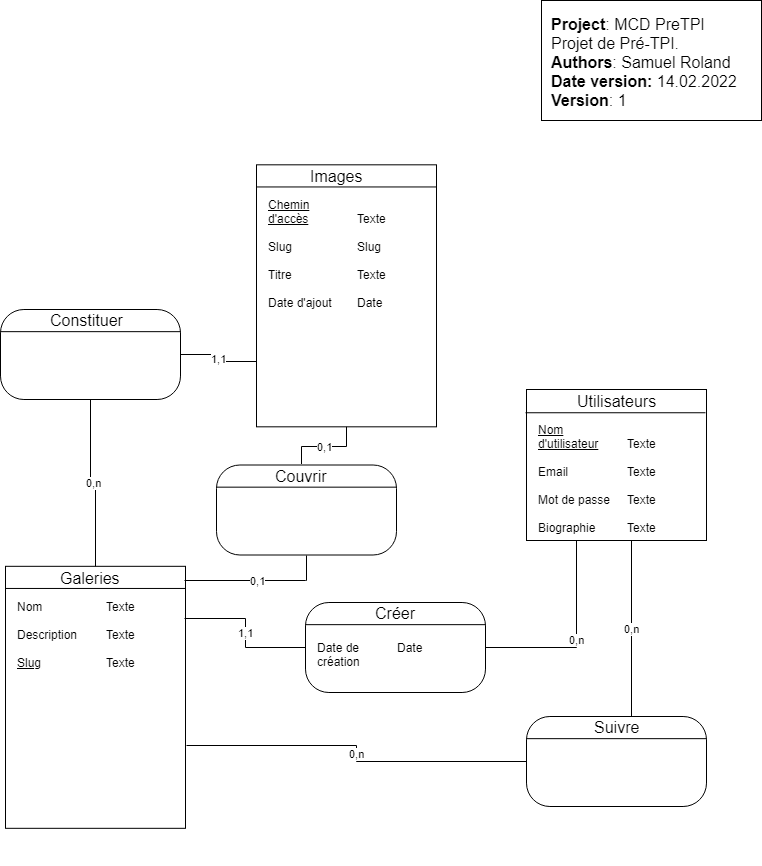
Above: docs/MCD.png in samuelroland/galeriz (draw.io), before the change. Source tidied: cells renumbered, new cells last; positions are measured from the earlier drawing's top-left corner, leaving out a move shared by most shapes.
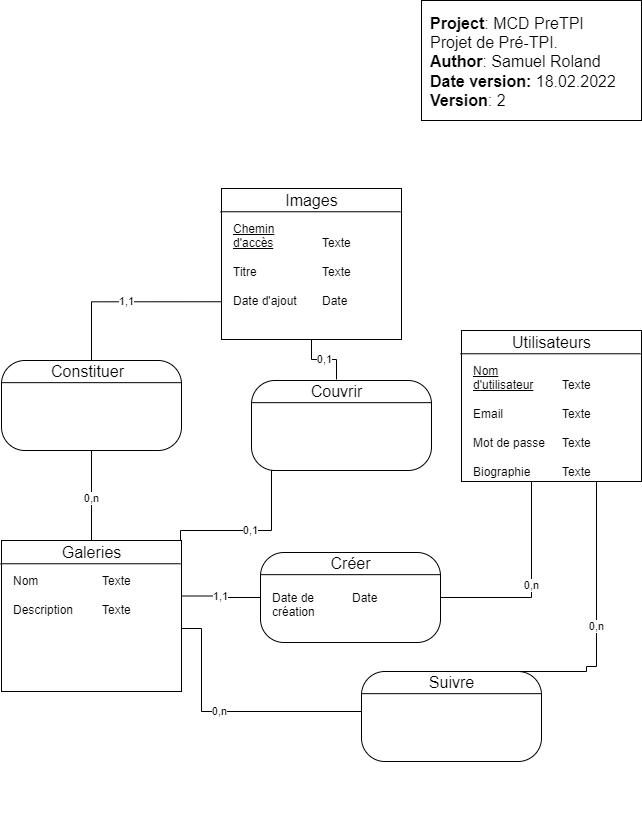
The same file after the commit.

Commit message:
mcd: update MCD by removing slug and publish v2

Diff of the diagram source:
```diff
@@ -2,11 +2,11 @@
   <root>
     <mxCell id="0" />
     <mxCell id="1" parent="0" />
-    <mxCell id="2" value="&lt;b&gt;Project&lt;/b&gt;: MCD PreTPI&lt;br style=&quot;font-size: 16px&quot;&gt;Projet de Pré-TPI.&lt;br style=&quot;font-size: 16px&quot;&gt;&lt;b&gt;Authors&lt;/b&gt;: Samuel Roland&lt;br style=&quot;font-size: 16px&quot;&gt;&lt;b&gt;Date version:&lt;/b&gt; 14.02.2022&lt;br style=&quot;font-size: 16px&quot;&gt;&lt;b&gt;Version&lt;/b&gt;: 1" style="rounded=0;whiteSpace=wrap;html=1;align=left;verticalAlign=top;fontSize=16;spacingTop=0;spacing=9;" parent="1" vertex="1">
-      <mxGeometry x="541" width="220" height="120" as="geometry" />
+    <mxCell id="2" value="&lt;b&gt;Project&lt;/b&gt;: MCD PreTPI&lt;br style=&quot;font-size: 16px&quot;&gt;Projet de Pré-TPI.&lt;br style=&quot;font-size: 16px&quot;&gt;&lt;b&gt;Author&lt;/b&gt;: Samuel Roland&lt;br style=&quot;font-size: 16px&quot;&gt;&lt;b&gt;Date version:&lt;/b&gt; 18.02.2022&lt;br style=&quot;font-size: 16px&quot;&gt;&lt;b&gt;Version&lt;/b&gt;: 2" style="rounded=0;whiteSpace=wrap;html=1;align=left;verticalAlign=top;fontSize=16;spacingTop=0;spacing=9;" parent="1" vertex="1">
+      <mxGeometry x="466" y="50" width="220" height="120" as="geometry" />
     </mxCell>
     <mxCell id="3" style="group;" parent="1" vertex="1">
-      <mxGeometry x="216" y="464.5" width="180" height="148.2" as="geometry" />
+      <mxGeometry x="296" y="430" width="180" height="148.2" as="geometry" />
     </mxCell>
     <mxCell id="4" style="rounded=1;whiteSpace=wrap;html=1;fontSize=16;align=left;arcSize=26;" parent="3" vertex="1">
       <mxGeometry width="180" height="90" as="geometry" />
@@ -26,41 +26,8 @@
     <mxCell id="8" value="&amp;nbsp;&amp;nbsp;" style="text;html=1;strokeColor=none;fillColor=none;align=left;verticalAlign=top;whiteSpace=wrap;rounded=0;" parent="3" vertex="1">
       <mxGeometry x="90" y="32" width="80" height="48" as="geometry" />
     </mxCell>
-    <mxCell id="9" style="group;" parent="1" vertex="1">
-      <mxGeometry x="256" y="164.3" width="180" height="262" as="geometry" />
-    </mxCell>
-    <mxCell id="10" style="group;" parent="9" vertex="1">
-      <mxGeometry width="180" height="262" as="geometry" />
-    </mxCell>
-    <mxCell id="11" style="group;" parent="10" vertex="1">
-      <mxGeometry width="180" height="262" as="geometry" />
-    </mxCell>
-    <mxCell id="12" style="group;" parent="11" vertex="1">
-      <mxGeometry width="180" height="262" as="geometry" />
-    </mxCell>
-    <mxCell id="13" style="group;" parent="12" vertex="1">
-      <mxGeometry width="180" height="262" as="geometry" />
-    </mxCell>
-    <mxCell id="14" style="rounded=0;whiteSpace=wrap;html=1;" parent="13" vertex="1">
-      <mxGeometry width="180" height="262" as="geometry" />
-    </mxCell>
-    <mxCell id="15" value="Images" style="text;html=1;align=center;verticalAlign=top;spacingTop=-4;fontSize=16;" parent="13" vertex="1">
-      <mxGeometry x="45" width="70" height="20" as="geometry" />
-    </mxCell>
-    <mxCell id="16" style="endArrow=none;html=1;fontSize=16;" parent="13" edge="1">
-      <mxGeometry relative="1" as="geometry">
-        <mxPoint y="22.1" as="sourcePoint" />
-        <mxPoint x="180" y="22.1" as="targetPoint" />
-      </mxGeometry>
-    </mxCell>
-    <mxCell id="17" value="&lt;u&gt;Chemin d'accès&lt;/u&gt;&lt;br&gt;&lt;br&gt;Slug&lt;br&gt;&lt;br&gt;Titre&lt;br&gt;&lt;br&gt;Date d'ajout" style="text;html=1;strokeColor=none;fillColor=none;align=left;verticalAlign=top;whiteSpace=wrap;rounded=0;" parent="13" vertex="1">
-      <mxGeometry x="10" y="27.1" width="80" height="99.4" as="geometry" />
-    </mxCell>
-    <mxCell id="18" value="&lt;br&gt;Texte&lt;br&gt;&lt;br&gt;Slug&lt;br&gt;&lt;br&gt;Texte&lt;br&gt;&lt;br&gt;Date" style="text;html=1;strokeColor=none;fillColor=none;align=left;verticalAlign=top;whiteSpace=wrap;rounded=0;" parent="13" vertex="1">
-      <mxGeometry x="99" y="27.1" width="80" height="100.3" as="geometry" />
-    </mxCell>
     <mxCell id="19" style="group;" parent="1" vertex="1">
-      <mxGeometry x="526" y="389" width="180" height="151" as="geometry" />
+      <mxGeometry x="506" y="380" width="180" height="151" as="geometry" />
     </mxCell>
     <mxCell id="20" style="group;" parent="19" vertex="1">
       <mxGeometry width="180" height="151" as="geometry" />
@@ -95,48 +62,15 @@
     <mxCell id="29" value="&lt;br&gt;Texte&lt;br&gt;&lt;br&gt;Texte&lt;br&gt;&lt;br&gt;Texte&lt;br&gt;&lt;br&gt;Texte" style="text;html=1;strokeColor=none;fillColor=none;align=left;verticalAlign=top;whiteSpace=wrap;rounded=0;" parent="24" vertex="1">
       <mxGeometry x="99" y="26.6" width="80" height="57.8" as="geometry" />
     </mxCell>
-    <mxCell id="30" style="group;" parent="1" vertex="1">
-      <mxGeometry x="5" y="565.8" width="180" height="262" as="geometry" />
-    </mxCell>
-    <mxCell id="31" style="group;" parent="30" vertex="1">
-      <mxGeometry width="180" height="262" as="geometry" />
-    </mxCell>
-    <mxCell id="32" style="group;" parent="31" vertex="1">
-      <mxGeometry width="180" height="262" as="geometry" />
-    </mxCell>
-    <mxCell id="33" style="group;" parent="32" vertex="1">
-      <mxGeometry width="180" height="262" as="geometry" />
-    </mxCell>
-    <mxCell id="34" style="group;" parent="33" vertex="1">
-      <mxGeometry width="180" height="262" as="geometry" />
-    </mxCell>
-    <mxCell id="35" style="rounded=0;whiteSpace=wrap;html=1;" parent="34" vertex="1">
-      <mxGeometry width="180" height="262" as="geometry" />
-    </mxCell>
-    <mxCell id="36" value="Galeries" style="text;html=1;points=[];align=center;verticalAlign=top;spacingTop=-4;fontSize=16;" parent="34" vertex="1">
-      <mxGeometry x="45" width="80" height="20" as="geometry" />
-    </mxCell>
-    <mxCell id="37" style="endArrow=none;html=1;fontSize=16;" parent="34" edge="1">
-      <mxGeometry relative="1" as="geometry">
-        <mxPoint y="22.1" as="sourcePoint" />
-        <mxPoint x="180" y="22.1" as="targetPoint" />
-      </mxGeometry>
-    </mxCell>
-    <mxCell id="38" value="Nom&lt;br&gt;&lt;br&gt;Description&lt;br&gt;&lt;br&gt;&lt;u&gt;Slug&lt;br&gt;&lt;/u&gt;" style="text;html=1;strokeColor=none;fillColor=none;align=left;verticalAlign=top;whiteSpace=wrap;rounded=0;" parent="34" vertex="1">
-      <mxGeometry x="10" y="27.1" width="80" height="99.4" as="geometry" />
-    </mxCell>
-    <mxCell id="39" value="Texte&lt;br&gt;&lt;br&gt;Texte&lt;br&gt;&lt;br&gt;Texte" style="text;html=1;strokeColor=none;fillColor=none;align=left;verticalAlign=top;whiteSpace=wrap;rounded=0;" parent="34" vertex="1">
-      <mxGeometry x="99" y="27.1" width="80" height="100.3" as="geometry" />
-    </mxCell>
-    <mxCell id="40" value="0,1" style="edgeStyle=orthogonalEdgeStyle;rounded=0;jettySize=auto;html=1;endArrow=none;endFill=0;" parent="1" edge="1" source="14" target="5">
+    <mxCell id="40" value="0,1" style="edgeStyle=orthogonalEdgeStyle;rounded=0;jettySize=auto;html=1;endArrow=none;endFill=0;exitX=0.5;exitY=1;exitDx=0;exitDy=0;" parent="1" edge="1" source="80" target="5">
       <mxGeometry relative="1" as="geometry" />
     </mxCell>
-    <mxCell id="41" value="0,1" style="edgeStyle=orthogonalEdgeStyle;rounded=0;jettySize=auto;html=1;exitX=0.5;exitY=1;exitDx=0;exitDy=0;endArrow=none;endFill=0;" parent="1" edge="1" source="4">
+    <mxCell id="41" value="0,1" style="edgeStyle=orthogonalEdgeStyle;rounded=0;jettySize=auto;html=1;exitX=0.25;exitY=1;exitDx=0;exitDy=0;endArrow=none;endFill=0;entryX=1;entryY=0;entryDx=0;entryDy=0;" parent="1" edge="1" source="4" target="73">
       <mxGeometry relative="1" as="geometry">
-        <mxPoint x="184" y="580" as="targetPoint" />
         <Array as="points">
-          <mxPoint x="305" y="580" />
-          <mxPoint x="184" y="580" />
+          <mxPoint x="316" y="520" />
+          <mxPoint x="316" y="580" />
+          <mxPoint x="225" y="580" />
         </Array>
       </mxGeometry>
     </mxCell>
@@ -168,11 +102,11 @@
         </Array>
       </mxGeometry>
     </mxCell>
-    <mxCell id="49" value="1,1" style="edgeStyle=orthogonalEdgeStyle;rounded=0;jettySize=auto;html=1;entryX=1;entryY=0.25;entryDx=0;entryDy=0;endArrow=none;endFill=0;exitX=0;exitY=0.5;exitDx=0;exitDy=0;" parent="1" edge="1" source="43" target="39">
+    <mxCell id="49" value="1,1" style="edgeStyle=orthogonalEdgeStyle;rounded=0;jettySize=auto;html=1;entryX=1;entryY=0.5;entryDx=0;entryDy=0;endArrow=none;endFill=0;exitX=0;exitY=0.5;exitDx=0;exitDy=0;" parent="1" edge="1" source="43" target="73">
       <mxGeometry relative="1" as="geometry" />
     </mxCell>
     <mxCell id="50" style="group;" parent="1" vertex="1">
-      <mxGeometry y="309" width="180" height="148.2" as="geometry" />
+      <mxGeometry x="46" y="410" width="180" height="148.2" as="geometry" />
     </mxCell>
     <mxCell id="51" style="rounded=1;whiteSpace=wrap;html=1;fontSize=16;align=left;arcSize=26;" parent="50" vertex="1">
       <mxGeometry width="180" height="90" as="geometry" />
@@ -192,14 +126,14 @@
     <mxCell id="55" value="&amp;nbsp;&amp;nbsp;" style="text;html=1;strokeColor=none;fillColor=none;align=left;verticalAlign=top;whiteSpace=wrap;rounded=0;" parent="50" vertex="1">
       <mxGeometry x="90" y="32" width="80" height="48" as="geometry" />
     </mxCell>
-    <mxCell id="56" value="1,1" style="edgeStyle=orthogonalEdgeStyle;rounded=0;jettySize=auto;html=1;entryX=0;entryY=0.75;entryDx=0;entryDy=0;endArrow=none;endFill=0;" parent="1" edge="1" source="51" target="14">
+    <mxCell id="56" value="1,1" style="edgeStyle=orthogonalEdgeStyle;rounded=0;jettySize=auto;html=1;entryX=0;entryY=0.75;entryDx=0;entryDy=0;endArrow=none;endFill=0;exitX=0.5;exitY=0;exitDx=0;exitDy=0;" parent="1" edge="1" source="51" target="80">
       <mxGeometry relative="1" as="geometry" />
     </mxCell>
-    <mxCell id="57" value="0,n" style="edgeStyle=orthogonalEdgeStyle;rounded=0;jettySize=auto;html=1;exitX=0.5;exitY=1;exitDx=0;exitDy=0;endArrow=none;endFill=0;" parent="1" edge="1" source="51" target="35">
+    <mxCell id="57" value="0,n" style="edgeStyle=orthogonalEdgeStyle;rounded=0;jettySize=auto;html=1;exitX=0.5;exitY=1;exitDx=0;exitDy=0;endArrow=none;endFill=0;entryX=0.5;entryY=0.25;entryDx=0;entryDy=0;entryPerimeter=0;" parent="1" edge="1" source="51" target="36">
       <mxGeometry relative="1" as="geometry" />
     </mxCell>
     <mxCell id="58" style="group;" parent="1" vertex="1">
-      <mxGeometry x="526" y="716" width="180" height="148.2" as="geometry" />
+      <mxGeometry x="406" y="721" width="180" height="148.2" as="geometry" />
     </mxCell>
     <mxCell id="59" style="rounded=1;whiteSpace=wrap;html=1;fontSize=16;align=left;arcSize=26;" parent="58" vertex="1">
       <mxGeometry width="180" height="90" as="geometry" />
@@ -220,8 +154,85 @@
         </Array>
       </mxGeometry>
     </mxCell>
-    <mxCell id="63" value="0,n" style="edgeStyle=orthogonalEdgeStyle;rounded=0;jettySize=auto;html=1;entryX=1.008;entryY=0.684;entryDx=0;entryDy=0;entryPerimeter=0;endArrow=none;endFill=0;exitX=0;exitY=0.5;exitDx=0;exitDy=0;" parent="1" edge="1" source="59" target="35">
-      <mxGeometry relative="1" as="geometry" />
+    <mxCell id="63" value="0,n" style="edgeStyle=orthogonalEdgeStyle;rounded=0;jettySize=auto;html=1;entryX=1;entryY=0.75;entryDx=0;entryDy=0;endArrow=none;endFill=0;exitX=0;exitY=0.5;exitDx=0;exitDy=0;" parent="1" edge="1" source="59" target="70">
+      <mxGeometry relative="1" as="geometry">
+        <Array as="points">
+          <mxPoint x="246" y="761" />
+          <mxPoint x="246" y="678" />
+        </Array>
+      </mxGeometry>
     </mxCell>
+    <mxCell id="64" style="group;" parent="1" vertex="1">
+      <mxGeometry x="46" y="590" width="180" height="151" as="geometry" />
+    </mxCell>
+    <mxCell id="65" style="group;" parent="64" vertex="1">
+      <mxGeometry width="180" height="151" as="geometry" />
+    </mxCell>
+    <mxCell id="66" style="group;" parent="65" vertex="1">
+      <mxGeometry width="180" height="151" as="geometry" />
+    </mxCell>
+    <mxCell id="67" style="group;" parent="66" vertex="1">
+      <mxGeometry width="180" height="151" as="geometry" />
+    </mxCell>
+    <mxCell id="68" style="group;" parent="67" vertex="1">
+      <mxGeometry width="180" height="151" as="geometry" />
+    </mxCell>
+    <mxCell id="69" style="group;" parent="68" vertex="1">
+      <mxGeometry width="180" height="151" as="geometry" />
+    </mxCell>
+    <mxCell id="70" style="rounded=0;whiteSpace=wrap;html=1;" parent="69" vertex="1">
+      <mxGeometry width="180" height="151" as="geometry" />
+    </mxCell>
+    <mxCell id="36" value="Galeries" style="text;html=1;points=[];align=center;verticalAlign=top;spacingTop=-4;fontSize=16;" parent="69" vertex="1">
+      <mxGeometry x="50" width="80" height="20" as="geometry" />
+    </mxCell>
+    <mxCell id="71" style="endArrow=none;html=1;fontSize=16;" parent="69" edge="1">
+      <mxGeometry relative="1" as="geometry">
+        <mxPoint x="-1" y="23.3" as="sourcePoint" />
+        <mxPoint x="179" y="23.3" as="targetPoint" />
+      </mxGeometry>
+    </mxCell>
+    <mxCell id="72" value="Nom&lt;br&gt;&lt;br&gt;Description" style="text;html=1;strokeColor=none;fillColor=none;align=left;verticalAlign=top;whiteSpace=wrap;rounded=0;" parent="69" vertex="1">
+      <mxGeometry x="10" y="27.1" width="80" height="57.3" as="geometry" />
+    </mxCell>
+    <mxCell id="73" value="Texte&lt;br&gt;&lt;br&gt;Texte" style="text;html=1;strokeColor=none;fillColor=none;align=left;verticalAlign=top;whiteSpace=wrap;rounded=0;" parent="69" vertex="1">
+      <mxGeometry x="99" y="26.6" width="80" height="57.8" as="geometry" />
+    </mxCell>
+    <mxCell id="74" style="group;" parent="1" vertex="1">
+      <mxGeometry x="266" y="238" width="180" height="151" as="geometry" />
+    </mxCell>
+    <mxCell id="75" style="group;" parent="74" vertex="1">
+      <mxGeometry width="180" height="151" as="geometry" />
+    </mxCell>
+    <mxCell id="76" style="group;" parent="75" vertex="1">
+      <mxGeometry width="180" height="151" as="geometry" />
+    </mxCell>
+    <mxCell id="77" style="group;" parent="76" vertex="1">
+      <mxGeometry width="180" height="151" as="geometry" />
+    </mxCell>
+    <mxCell id="78" style="group;" parent="77" vertex="1">
+      <mxGeometry width="180" height="151" as="geometry" />
+    </mxCell>
+    <mxCell id="79" style="group;" parent="78" vertex="1">
+      <mxGeometry width="180" height="151" as="geometry" />
+    </mxCell>
+    <mxCell id="80" style="rounded=0;whiteSpace=wrap;html=1;" parent="79" vertex="1">
+      <mxGeometry width="180" height="151" as="geometry" />
+    </mxCell>
+    <mxCell id="15" value="Images" style="text;html=1;align=center;verticalAlign=top;spacingTop=-4;fontSize=16;" parent="79" vertex="1">
+      <mxGeometry x="55" width="70" height="20" as="geometry" />
+    </mxCell>
+    <mxCell id="81" style="endArrow=none;html=1;fontSize=16;" parent="79" edge="1">
+      <mxGeometry relative="1" as="geometry">
+        <mxPoint x="-1" y="23.3" as="sourcePoint" />
+        <mxPoint x="179" y="23.3" as="targetPoint" />
+      </mxGeometry>
+    </mxCell>
+    <mxCell id="82" value="&lt;u&gt;Chemin d'accès&lt;/u&gt;&lt;br&gt;&lt;br&gt;Titre&lt;br&gt;&lt;br&gt;Date d'ajout" style="text;html=1;strokeColor=none;fillColor=none;align=left;verticalAlign=top;whiteSpace=wrap;rounded=0;" parent="79" vertex="1">
+      <mxGeometry x="10" y="27.1" width="80" height="57.3" as="geometry" />
+    </mxCell>
+    <mxCell id="83" value="&lt;br&gt;Texte&lt;br&gt;&lt;br&gt;Texte&lt;br&gt;&lt;br&gt;Date" style="text;html=1;strokeColor=none;fillColor=none;align=left;verticalAlign=top;whiteSpace=wrap;rounded=0;" parent="79" vertex="1">
+      <mxGeometry x="99" y="26.6" width="80" height="57.8" as="geometry" />
+    </mxCell>
   </root>
 </mxGraphModel>
```
